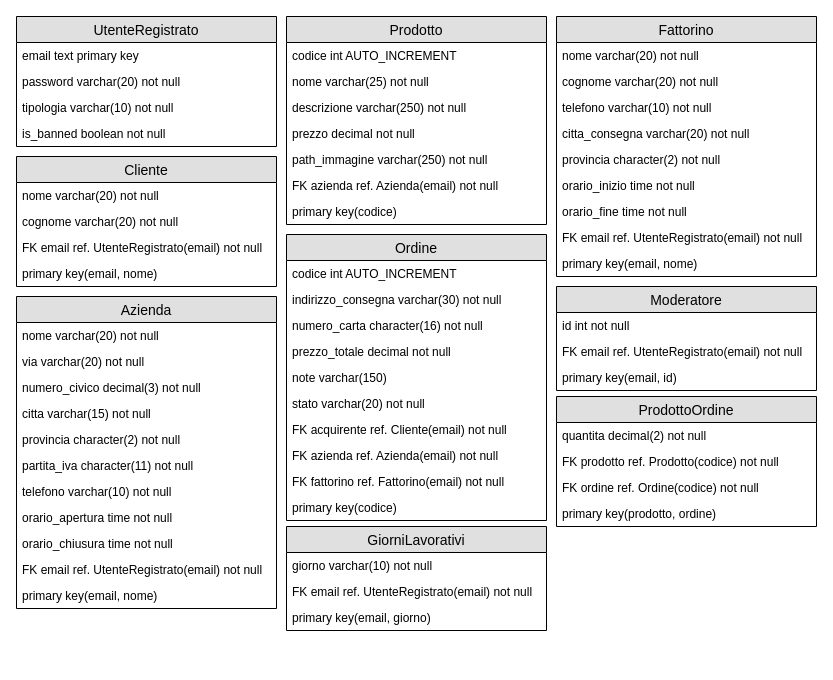
The draw.io diagram Documents/Sys - Drawio/tabelle database.drawio in frekkanzer2/Eat-Reorder, before the edit. Source tidied: cells renumbered, new cells numbered last; positions are measured from the earlier drawing's top-left corner, leaving out a move shared by most shapes. Both pictures are drawn from the tidied source at 100%, with x=0, y=0 at pixel (16, 16).
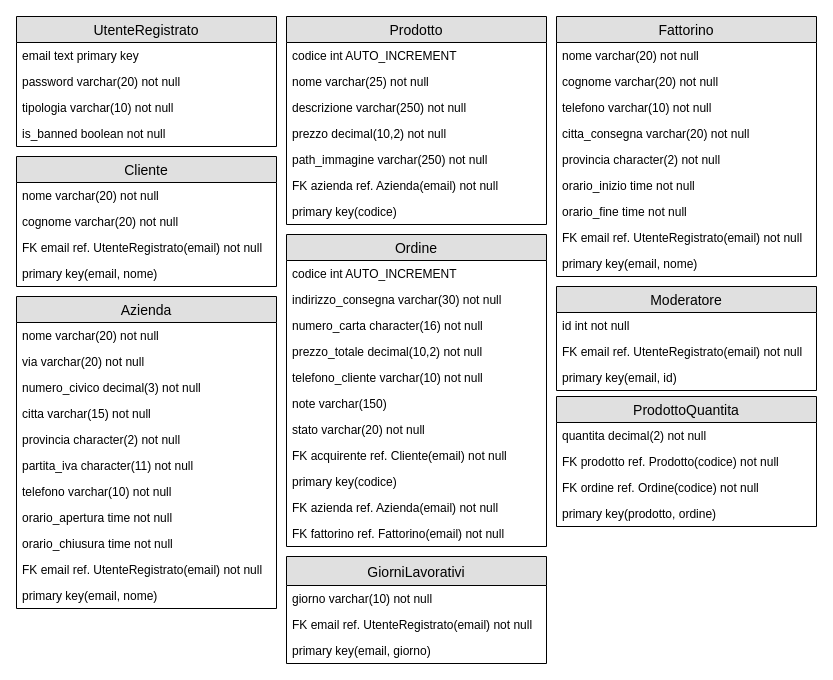
Above is the later version.

Commit message (it also covers changes not shown here):
Aggiornato e completato documento di DataBase design

The change refers to these unchanged cells:
```xml
<mxCell id="42" value="Prodotto" style="swimlane;fontStyle=0;horizontal=1;startSize=26;fillColor=#e0e0e0;swimlaneFillColor=#ffffff;align=center;fontSize=14;" parent="1" vertex="1">
  <mxGeometry x="270" width="260" height="208" as="geometry" />
</mxCell>
```

Diff of the diagram source:
```diff
@@
-    <mxCell id="38" value="GiorniLavorativi" style="swimlane;fontStyle=0;horizontal=1;startSize=26;fillColor=#e0e0e0;swimlaneFillColor=#ffffff;align=center;fontSize=14;" parent="1" vertex="1">
-      <mxGeometry x="270" y="510" width="260" height="104" as="geometry" />
+    <mxCell id="38" value="GiorniLavorativi" style="swimlane;fontStyle=0;horizontal=1;startSize=29;fillColor=#e0e0e0;swimlaneFillColor=#ffffff;align=center;fontSize=14;" parent="1" vertex="1">
+      <mxGeometry x="270" y="540" width="260" height="107" as="geometry" />
     </mxCell>
     <mxCell id="39" value="giorno varchar(10) not null" style="text;strokeColor=none;fillColor=none;spacingLeft=4;spacingRight=4;overflow=hidden;fontSize=12;" parent="38" vertex="1">
-      <mxGeometry y="26" width="260" height="26" as="geometry" />
+      <mxGeometry y="29" width="260" height="26" as="geometry" />
     </mxCell>
     <mxCell id="40" value="FK email ref. UtenteRegistrato(email) not null" style="text;strokeColor=none;fillColor=none;spacingLeft=4;spacingRight=4;overflow=hidden;fontSize=12;" parent="38" vertex="1">
-      <mxGeometry y="52" width="260" height="26" as="geometry" />
+      <mxGeometry y="55" width="260" height="26" as="geometry" />
     </mxCell>
     <mxCell id="41" value="primary key(email, giorno)" style="text;strokeColor=none;fillColor=none;spacingLeft=4;spacingRight=4;overflow=hidden;fontSize=12;" parent="38" vertex="1">
-      <mxGeometry y="78" width="260" height="26" as="geometry" />
+      <mxGeometry y="81" width="260" height="26" as="geometry" />
     </mxCell>
@@
-    <mxCell id="46" value="prezzo decimal not null" style="text;strokeColor=none;fillColor=none;spacingLeft=4;spacingRight=4;overflow=hidden;fontSize=12;" parent="42" vertex="1">
+    <mxCell id="46" value="prezzo decimal(10,2) not null" style="text;strokeColor=none;fillColor=none;spacingLeft=4;spacingRight=4;overflow=hidden;fontSize=12;" parent="42" vertex="1">
       <mxGeometry y="104" width="260" height="26" as="geometry" />
     </mxCell>
@@
     <mxCell id="50" value="Ordine" style="swimlane;fontStyle=0;horizontal=1;startSize=26;fillColor=#e0e0e0;swimlaneFillColor=#ffffff;align=center;fontSize=14;" parent="1" vertex="1">
-      <mxGeometry x="270" y="218" width="260" height="286" as="geometry" />
+      <mxGeometry x="270" y="218" width="260" height="312" as="geometry" />
     </mxCell>
@@
-    <mxCell id="54" value="prezzo_totale decimal not null" style="text;strokeColor=none;fillColor=none;spacingLeft=4;spacingRight=4;overflow=hidden;fontSize=12;" parent="50" vertex="1">
+    <mxCell id="54" value="prezzo_totale decimal(10,2) not null" style="text;strokeColor=none;fillColor=none;spacingLeft=4;spacingRight=4;overflow=hidden;fontSize=12;" parent="50" vertex="1">
       <mxGeometry y="104" width="260" height="26" as="geometry" />
     </mxCell>
+    <mxCell id="66" value="telefono_cliente varchar(10) not null" style="text;strokeColor=none;fillColor=none;spacingLeft=4;spacingRight=4;overflow=hidden;fontSize=12;" parent="50" vertex="1">
+      <mxGeometry y="130" width="260" height="26" as="geometry" />
+    </mxCell>
     <mxCell id="55" value="note varchar(150)" style="text;strokeColor=none;fillColor=none;spacingLeft=4;spacingRight=4;overflow=hidden;fontSize=12;" parent="50" vertex="1">
-      <mxGeometry y="130" width="260" height="26" as="geometry" />
+      <mxGeometry y="156" width="260" height="26" as="geometry" />
     </mxCell>
     <mxCell id="56" value="stato varchar(20) not null" style="text;strokeColor=none;fillColor=none;spacingLeft=4;spacingRight=4;overflow=hidden;fontSize=12;" parent="50" vertex="1">
-      <mxGeometry y="156" width="260" height="26" as="geometry" />
+      <mxGeometry y="182" width="260" height="26" as="geometry" />
     </mxCell>
     <mxCell id="57" value="FK acquirente ref. Cliente(email) not null" style="text;strokeColor=none;fillColor=none;spacingLeft=4;spacingRight=4;overflow=hidden;fontSize=12;" parent="50" vertex="1">
-      <mxGeometry y="182" width="260" height="26" as="geometry" />
+      <mxGeometry y="208" width="260" height="26" as="geometry" />
     </mxCell>
+    <mxCell id="60" value="primary key(codice)" style="text;strokeColor=none;fillColor=none;spacingLeft=4;spacingRight=4;overflow=hidden;fontSize=12;" parent="50" vertex="1">
+      <mxGeometry y="234" width="260" height="26" as="geometry" />
+    </mxCell>
     <mxCell id="58" value="FK azienda ref. Azienda(email) not null" style="text;strokeColor=none;fillColor=none;spacingLeft=4;spacingRight=4;overflow=hidden;fontSize=12;" parent="50" vertex="1">
-      <mxGeometry y="208" width="260" height="26" as="geometry" />
+      <mxGeometry y="260" width="260" height="26" as="geometry" />
     </mxCell>
     <mxCell id="59" value="FK fattorino ref. Fattorino(email) not null" style="text;strokeColor=none;fillColor=none;spacingLeft=4;spacingRight=4;overflow=hidden;fontSize=12;" parent="50" vertex="1">
-      <mxGeometry y="234" width="260" height="26" as="geometry" />
+      <mxGeometry y="286" width="260" height="26" as="geometry" />
     </mxCell>
-    <mxCell id="60" value="primary key(codice)" style="text;strokeColor=none;fillColor=none;spacingLeft=4;spacingRight=4;overflow=hidden;fontSize=12;" parent="50" vertex="1">
-      <mxGeometry y="260" width="260" height="26" as="geometry" />
-    </mxCell>
-    <mxCell id="61" value="ProdottoOrdine" style="swimlane;fontStyle=0;horizontal=1;startSize=26;fillColor=#e0e0e0;swimlaneFillColor=#ffffff;align=center;fontSize=14;" parent="1" vertex="1">
+    <mxCell id="61" value="ProdottoQuantita" style="swimlane;fontStyle=0;horizontal=1;startSize=26;fillColor=#e0e0e0;swimlaneFillColor=#ffffff;align=center;fontSize=14;" parent="1" vertex="1">
       <mxGeometry x="540" y="380" width="260" height="130" as="geometry" />
     </mxCell>
```
